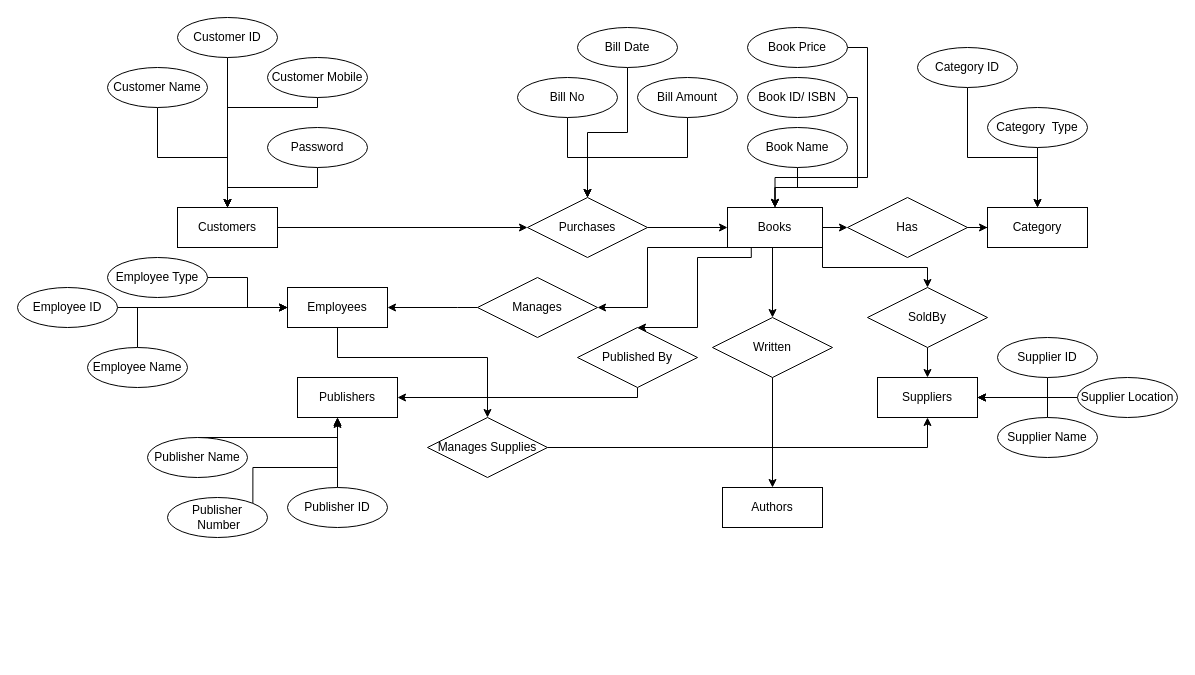
Above: Online Book Store.drawio in Master-Bhavesh/ERDiagram (draw.io), before the change. Source tidied: cells renumbered, new cells numbered last; positions are measured from the earlier drawing's top-left corner, leaving out a move shared by most shapes. Both pictures are drawn from the tidied source at 100%, with x=0, y=0 at pixel (17, 17).
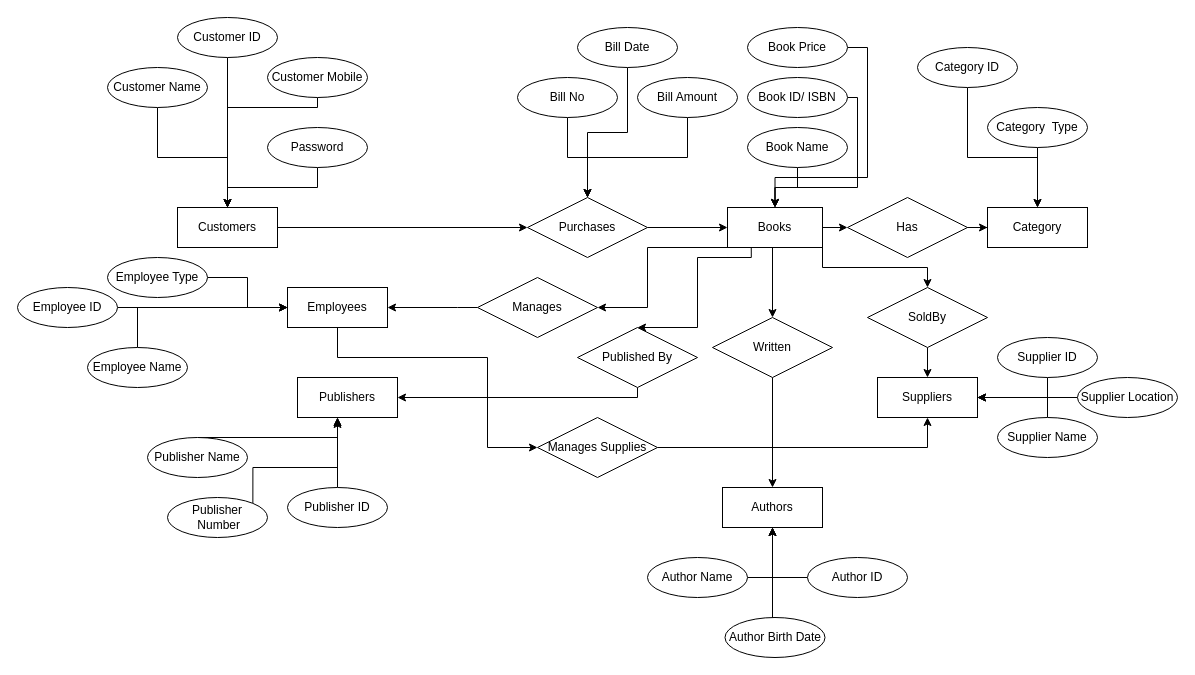
After the change.

The change refers to these unchanged cells:
```xml
<mxCell id="13" value="Authors" style="whiteSpace=wrap;html=1;align=center;" parent="1" vertex="1">
  <mxGeometry x="705" y="470" width="100" height="40" as="geometry" />
</mxCell>
```

What changed in the source:
```diff
@@
     <mxCell id="45" value="Manages Supplies" style="shape=rhombus;perimeter=rhombusPerimeter;whiteSpace=wrap;html=1;align=center;" parent="1" vertex="1">
-      <mxGeometry x="410" y="400" width="120" height="60" as="geometry" />
+      <mxGeometry x="520" y="400" width="120" height="60" as="geometry" />
     </mxCell>
@@
+    <mxCell id="72" style="edgeStyle=orthogonalEdgeStyle;rounded=0;jettySize=auto;html=1;exitX=1;exitY=0.5;exitDx=0;exitDy=0;entryX=0.5;entryY=1;entryDx=0;entryDy=0;" parent="1" edge="1" source="73" target="13">
+      <mxGeometry relative="1" as="geometry" />
+    </mxCell>
+    <mxCell id="73" value="Author Name" style="ellipse;whiteSpace=wrap;html=1;align=center;" parent="1" vertex="1">
+      <mxGeometry x="630" y="540" width="100" height="40" as="geometry" />
+    </mxCell>
+    <mxCell id="74" style="edgeStyle=orthogonalEdgeStyle;rounded=0;jettySize=auto;html=1;entryX=0.5;entryY=1;entryDx=0;entryDy=0;" parent="1" edge="1" source="75" target="13">
+      <mxGeometry relative="1" as="geometry">
+        <Array as="points">
+          <mxPoint x="755" y="560" />
+        </Array>
+      </mxGeometry>
+    </mxCell>
+    <mxCell id="75" value="Author ID" style="ellipse;whiteSpace=wrap;html=1;align=center;" parent="1" vertex="1">
+      <mxGeometry x="790" y="540" width="100" height="40" as="geometry" />
+    </mxCell>
+    <mxCell id="76" style="edgeStyle=orthogonalEdgeStyle;rounded=0;jettySize=auto;html=1;entryX=0.5;entryY=1;entryDx=0;entryDy=0;exitX=0.5;exitY=0;exitDx=0;exitDy=0;" parent="1" edge="1" source="77" target="13">
+      <mxGeometry relative="1" as="geometry">
+        <Array as="points">
+          <mxPoint x="755" y="600" />
+        </Array>
+      </mxGeometry>
+    </mxCell>
+    <mxCell id="77" value="Author Birth Date" style="ellipse;whiteSpace=wrap;html=1;align=center;" parent="1" vertex="1">
+      <mxGeometry x="707.5" y="600" width="100" height="40" as="geometry" />
+    </mxCell>
```
